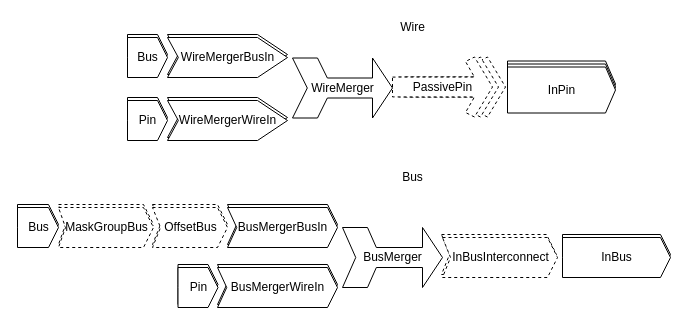
Above: stuff/model.drawio in kopavel/KiCadLogicalSchemeSimulator (draw.io), before the change. Source tidied: cells renumbered, new cells numbered last; positions are measured from the earlier drawing's top-left corner, leaving out a move shared by most shapes. Both pictures are drawn from the tidied source at 100%, with x=0, y=0 at pixel (17, 17).
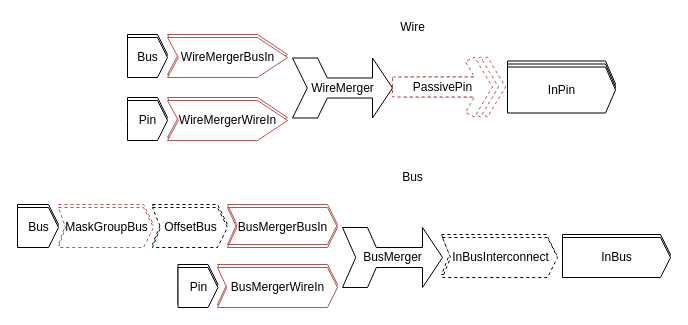
The same diagram, later.

What changed in the source:
```diff
@@
-    <mxCell id="2" style="html=1;shadow=0;dashed=0;align=center;verticalAlign=middle;shape=mxgraph.arrows2.arrow;dy=0;dx=10;notch=9.23;" parent="1" vertex="1">
+    <mxCell id="2" style="html=1;shadow=0;dashed=0;align=center;verticalAlign=middle;shape=mxgraph.arrows2.arrow;dy=0;dx=10;notch=9.23;strokeColor=#B85450;" parent="1" vertex="1">
       <mxGeometry x="210" y="187" width="110" height="40" as="geometry" />
     </mxCell>
-    <mxCell id="3" style="html=1;shadow=0;dashed=0;align=center;verticalAlign=middle;shape=mxgraph.arrows2.arrow;dy=0;dx=30;notch=10.83;" parent="1" vertex="1">
+    <mxCell id="3" style="html=1;shadow=0;dashed=0;align=center;verticalAlign=middle;shape=mxgraph.arrows2.arrow;dy=0;dx=30;notch=10.83;strokeColor=#B85450;" parent="1" vertex="1">
       <mxGeometry x="150" y="80" width="120" height="40" as="geometry" />
     </mxCell>
@@
-    <mxCell id="6" style="html=1;shadow=0;dashed=0;align=center;verticalAlign=middle;shape=mxgraph.arrows2.arrow;dy=0;dx=10;notch=9.23;" parent="1" vertex="1">
+    <mxCell id="6" style="html=1;shadow=0;dashed=0;align=center;verticalAlign=middle;shape=mxgraph.arrows2.arrow;dy=0;dx=10;notch=9.23;strokeColor=#B85450;" parent="1" vertex="1">
       <mxGeometry x="200" y="247" width="120" height="40" as="geometry" />
     </mxCell>
@@
-    <mxCell id="8" style="html=1;shadow=0;dashed=1;align=center;verticalAlign=middle;shape=mxgraph.arrows2.arrow;dy=0;dx=10;notch=7.02;" parent="1" vertex="1">
+    <mxCell id="8" style="html=1;shadow=0;dashed=1;align=center;verticalAlign=middle;shape=mxgraph.arrows2.arrow;dy=0;dx=10;notch=7.02;strokeColor=#B85450;" parent="1" vertex="1">
       <mxGeometry x="41" y="187" width="95" height="40" as="geometry" />
     </mxCell>
@@
-    <mxCell id="11" style="html=1;shadow=0;dashed=0;align=center;verticalAlign=middle;shape=mxgraph.arrows2.arrow;dy=0;dx=30;notch=10.83;" parent="1" vertex="1">
+    <mxCell id="11" style="html=1;shadow=0;dashed=0;align=center;verticalAlign=middle;shape=mxgraph.arrows2.arrow;dy=0;dx=30;notch=10.83;strokeColor=#B85450;" parent="1" vertex="1">
       <mxGeometry x="150" y="17" width="120" height="40" as="geometry" />
     </mxCell>
-    <mxCell id="12" style="html=1;shadow=0;dashed=1;align=center;verticalAlign=middle;shape=mxgraph.arrows2.sharpArrow2;dy1=0.67;dx1=18;dx2=18;dy3=0.15;dx3=27;notch=0;" parent="1" vertex="1">
+    <mxCell id="12" style="html=1;shadow=0;dashed=1;align=center;verticalAlign=middle;shape=mxgraph.arrows2.sharpArrow2;dy1=0.67;dx1=18;dx2=18;dy3=0.15;dx3=27;notch=0;strokeColor=#B85450;" parent="1" vertex="1">
       <mxGeometry x="388" y="39.5" width="100" height="60" as="geometry" />
     </mxCell>
-    <mxCell id="13" style="html=1;shadow=0;dashed=1;align=center;verticalAlign=middle;shape=mxgraph.arrows2.sharpArrow2;dy1=0.67;dx1=18;dx2=18;dy3=0.15;dx3=27;notch=0;" parent="1" vertex="1">
+    <mxCell id="13" style="html=1;shadow=0;dashed=1;align=center;verticalAlign=middle;shape=mxgraph.arrows2.sharpArrow2;dy1=0.67;dx1=18;dx2=18;dy3=0.15;dx3=27;notch=0;strokeColor=#B85450;" parent="1" vertex="1">
       <mxGeometry x="381" y="39.5" width="100" height="60" as="geometry" />
     </mxCell>
@@
-    <mxCell id="15" value="PassivePin" style="html=1;shadow=0;dashed=1;align=center;verticalAlign=middle;shape=mxgraph.arrows2.sharpArrow2;dy1=0.67;dx1=18;dx2=18;dy3=0.15;dx3=27;notch=0;" parent="1" vertex="1">
+    <mxCell id="15" value="PassivePin" style="html=1;shadow=0;dashed=1;align=center;verticalAlign=middle;shape=mxgraph.arrows2.sharpArrow2;dy1=0.67;dx1=18;dx2=18;dy3=0.15;dx3=27;notch=0;strokeColor=#B85450;" parent="1" vertex="1">
       <mxGeometry x="375" y="39.5" width="100" height="60" as="geometry" />
     </mxCell>
@@
-    <mxCell id="23" value="WireMergerBusIn" style="html=1;shadow=0;dashed=0;align=center;verticalAlign=middle;shape=mxgraph.arrows2.arrow;dy=0;dx=30;notch=10.83;" parent="1" vertex="1">
+    <mxCell id="23" value="WireMergerBusIn" style="html=1;shadow=0;dashed=0;align=center;verticalAlign=middle;shape=mxgraph.arrows2.arrow;dy=0;dx=30;notch=10.83;strokeColor=#B85450;" parent="1" vertex="1">
       <mxGeometry x="150" y="20" width="120" height="40" as="geometry" />
     </mxCell>
@@
-    <mxCell id="27" value="MaskGroupBus" style="html=1;shadow=0;dashed=1;align=center;verticalAlign=middle;shape=mxgraph.arrows2.arrow;dy=0;dx=10;notch=7.02;" parent="1" vertex="1">
+    <mxCell id="27" value="MaskGroupBus" style="html=1;shadow=0;dashed=1;align=center;verticalAlign=middle;shape=mxgraph.arrows2.arrow;dy=0;dx=10;notch=7.02;strokeColor=#B85450;" parent="1" vertex="1">
       <mxGeometry x="41" y="190" width="95" height="40" as="geometry" />
     </mxCell>
@@
-    <mxCell id="29" value="BusMergerWireIn" style="html=1;shadow=0;dashed=0;align=center;verticalAlign=middle;shape=mxgraph.arrows2.arrow;dy=0;dx=10;notch=9.23;" parent="1" vertex="1">
+    <mxCell id="29" value="BusMergerWireIn" style="html=1;shadow=0;dashed=0;align=center;verticalAlign=middle;shape=mxgraph.arrows2.arrow;dy=0;dx=10;notch=9.23;strokeColor=#B85450;" parent="1" vertex="1">
       <mxGeometry x="200" y="250" width="120" height="40" as="geometry" />
     </mxCell>
@@
-    <mxCell id="32" value="WireMergerWireIn" style="html=1;shadow=0;dashed=0;align=center;verticalAlign=middle;shape=mxgraph.arrows2.arrow;dy=0;dx=30;notch=10.83;" parent="1" vertex="1">
+    <mxCell id="32" value="WireMergerWireIn" style="html=1;shadow=0;dashed=0;align=center;verticalAlign=middle;shape=mxgraph.arrows2.arrow;dy=0;dx=30;notch=10.83;strokeColor=#B85450;" parent="1" vertex="1">
       <mxGeometry x="150" y="83" width="120" height="40" as="geometry" />
     </mxCell>
-    <mxCell id="33" value="BusMergerBusIn" style="html=1;shadow=0;dashed=0;align=center;verticalAlign=middle;shape=mxgraph.arrows2.arrow;dy=0;dx=10;notch=9.23;" parent="1" vertex="1">
+    <mxCell id="33" value="BusMergerBusIn" style="html=1;shadow=0;dashed=0;align=center;verticalAlign=middle;shape=mxgraph.arrows2.arrow;dy=0;dx=10;notch=9.23;fillColor=none;strokeColor=#B85450;" parent="1" vertex="1">
       <mxGeometry x="210" y="190" width="110" height="40" as="geometry" />
     </mxCell>
```
